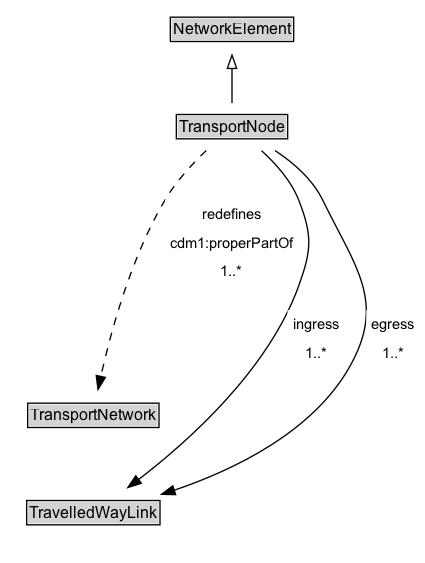
Earlier version of the Graphviz export docs/diagrams/TransportNode.dot.png (ISO-TC204/ontology-cdm-p3-v1). Its source is kept beside it as docs/diagrams/TransportNode.dot. Its diagram source:
```dot
digraph {
	graph [overlap=false rankdir=TB splines=true]
	node [fontname=Arial fontsize=12 margin=0 shape=none]
	edge [fontname=Arial fontsize=11]
	{
		rank=source
		NetworkElement [label=<<TABLE BORDER="1" CELLBORDER="0" CELLSPACING="0" CELLPADDING="1"><TR><TD BGCOLOR="lightgray" ALIGN="CENTER">NetworkElement</TD></TR></TABLE>> URL="../NetworkElement" margin=0]
	}
	TransportNode [label=<<TABLE BORDER="1" CELLBORDER="0" CELLSPACING="0" CELLPADDING="1"><TR><TD BGCOLOR="lightgray" ALIGN="CENTER">TransportNode</TD></TR></TABLE>> URL="../TransportNode" margin=0]
	{
		rank=max
	}
	subgraph cluster_associated {
		label="" style=invis
		Invis [label=<<TABLE BORDER="0" CELLBORDER="0" CELLSPACING="0" CELLPADDING="1"><TR><TD></TD></TR></TABLE>> margin=0 style=invis]
		TransportNetwork [label=<<TABLE BORDER="1" CELLBORDER="0" CELLSPACING="0" CELLPADDING="1"><TR><TD BGCOLOR="lightgray" ALIGN="CENTER">TransportNetwork</TD></TR></TABLE>> URL="../TransportNetwork" margin=0]
		TravelledWayLink [label=<<TABLE BORDER="1" CELLBORDER="0" CELLSPACING="0" CELLPADDING="1"><TR><TD BGCOLOR="lightgray" ALIGN="CENTER">TravelledWayLink</TD></TR></TABLE>> URL="../TravelledWayLink" margin=0]
	}
	TransportNode -> NetworkElement [arrowhead=onormal style=solid]
	TransportNode -> Invis [style=invis]
	Invis -> TransportNetwork [style=invis]
	TransportNetwork -> TravelledWayLink [style=invis]
	TravelledWayLink [label=<<TABLE BORDER="1" CELLBORDER="0" CELLSPACING="0" CELLPADDING="1"><TR><TD BGCOLOR="lightgray" ALIGN="CENTER">TravelledWayLink</TD></TR></TABLE>> URL="../TravelledWayLink" margin=0]
	TransportNode -> TravelledWayLink [label=<<TABLE BORDER="0" CELLBORDER="0" CELLSPACING="0" CELLPADDING="4" BGCOLOR="white"><TR><TD ALIGN="CENTER">ingress</TD></TR><TR><TD ALIGN="CENTER">1..*</TD></TR></TABLE>> arrowhead=normal style=solid]
	TransportNode -> TravelledWayLink [label=<<TABLE BORDER="0" CELLBORDER="0" CELLSPACING="0" CELLPADDING="4" BGCOLOR="white"><TR><TD ALIGN="CENTER">egress</TD></TR><TR><TD ALIGN="CENTER">1..*</TD></TR></TABLE>> arrowhead=normal style=solid]
	TransportNetwork [label=<<TABLE BORDER="1" CELLBORDER="0" CELLSPACING="0" CELLPADDING="1"><TR><TD BGCOLOR="lightgray" ALIGN="CENTER">TransportNetwork</TD></TR></TABLE>> URL="../TransportNetwork" margin=0]
	TransportNode -> TransportNetwork [label=<<TABLE BORDER="0" CELLBORDER="0" CELLSPACING="0" CELLPADDING="4" BGCOLOR="white"><TR><TD ALIGN="CENTER">redefines</TD></TR><TR><TD ALIGN="CENTER">cdm1:properPartOf</TD></TR><TR><TD ALIGN="CENTER">1..*</TD></TR></TABLE>> arrowhead=normal style=dashed]
}
```
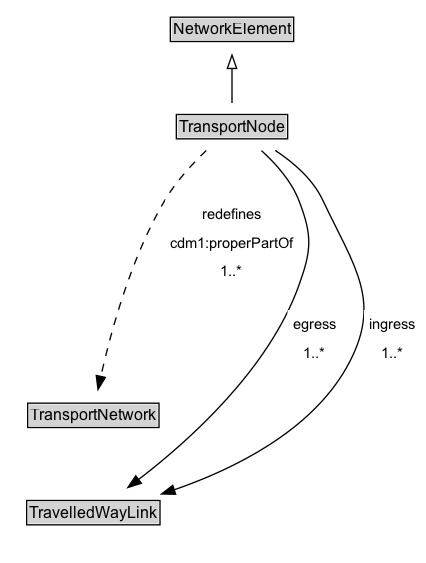
The same file after the commit.

The edit, as a diff of the source:
```diff
@@ -21,8 +21,8 @@
 	Invis -> TransportNetwork [style=invis]
 	TransportNetwork -> TravelledWayLink [style=invis]
 	TravelledWayLink [label=<<TABLE BORDER="1" CELLBORDER="0" CELLSPACING="0" CELLPADDING="1"><TR><TD BGCOLOR="lightgray" ALIGN="CENTER">TravelledWayLink</TD></TR></TABLE>> URL="../TravelledWayLink" margin=0]
+	TransportNode -> TravelledWayLink [label=<<TABLE BORDER="0" CELLBORDER="0" CELLSPACING="0" CELLPADDING="4" BGCOLOR="white"><TR><TD ALIGN="CENTER">egress</TD></TR><TR><TD ALIGN="CENTER">1..*</TD></TR></TABLE>> arrowhead=normal style=solid]
 	TransportNode -> TravelledWayLink [label=<<TABLE BORDER="0" CELLBORDER="0" CELLSPACING="0" CELLPADDING="4" BGCOLOR="white"><TR><TD ALIGN="CENTER">ingress</TD></TR><TR><TD ALIGN="CENTER">1..*</TD></TR></TABLE>> arrowhead=normal style=solid]
-	TransportNode -> TravelledWayLink [label=<<TABLE BORDER="0" CELLBORDER="0" CELLSPACING="0" CELLPADDING="4" BGCOLOR="white"><TR><TD ALIGN="CENTER">egress</TD></TR><TR><TD ALIGN="CENTER">1..*</TD></TR></TABLE>> arrowhead=normal style=solid]
 	TransportNetwork [label=<<TABLE BORDER="1" CELLBORDER="0" CELLSPACING="0" CELLPADDING="1"><TR><TD BGCOLOR="lightgray" ALIGN="CENTER">TransportNetwork</TD></TR></TABLE>> URL="../TransportNetwork" margin=0]
 	TransportNode -> TransportNetwork [label=<<TABLE BORDER="0" CELLBORDER="0" CELLSPACING="0" CELLPADDING="4" BGCOLOR="white"><TR><TD ALIGN="CENTER">redefines</TD></TR><TR><TD ALIGN="CENTER">cdm1:properPartOf</TD></TR><TR><TD ALIGN="CENTER">1..*</TD></TR></TABLE>> arrowhead=normal style=dashed]
 }
```
